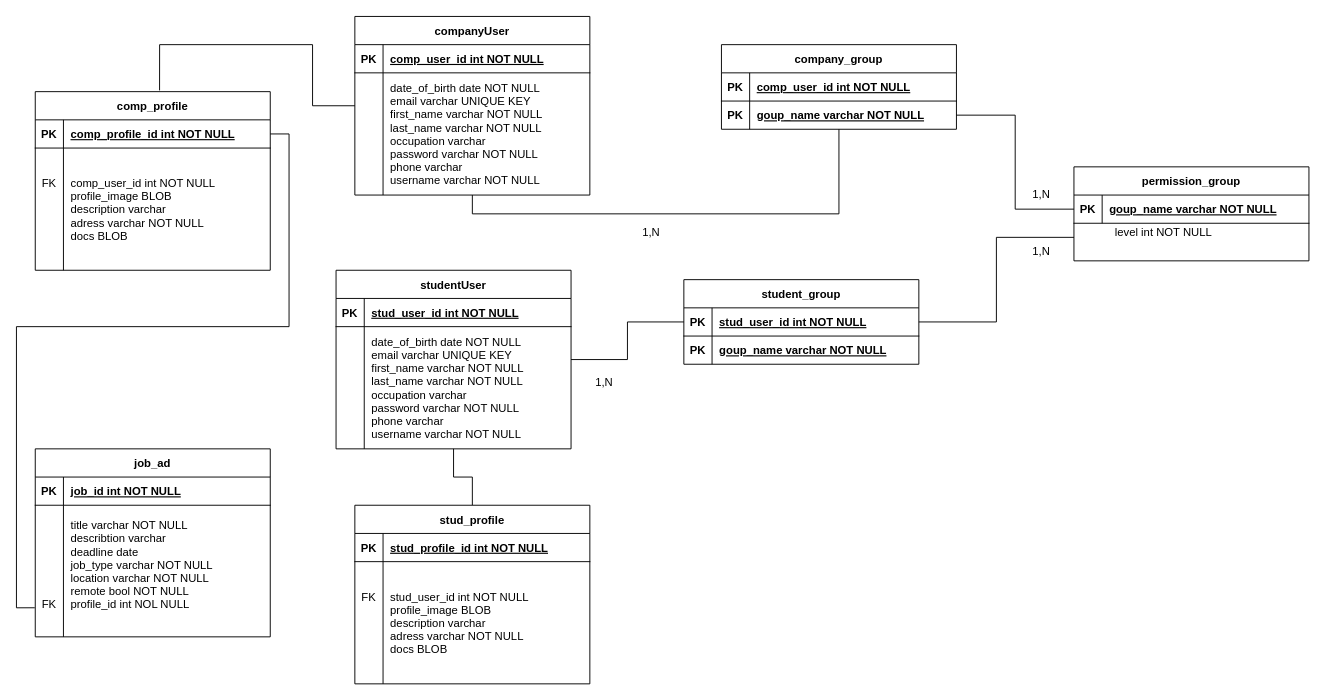
This is page "Logisch" (1 of 2) of doc/diagram/ERDiagram.drawio from KlaraGolubovic/SE02, a draw.io file, before an edit. Source tidied: cells renumbered, new cells numbered last; positions are measured from the earlier drawing's top-left corner, leaving out a move shared by most shapes. Both pictures are drawn from the tidied source at 94%, with x=0, y=0 at pixel (35, 16).
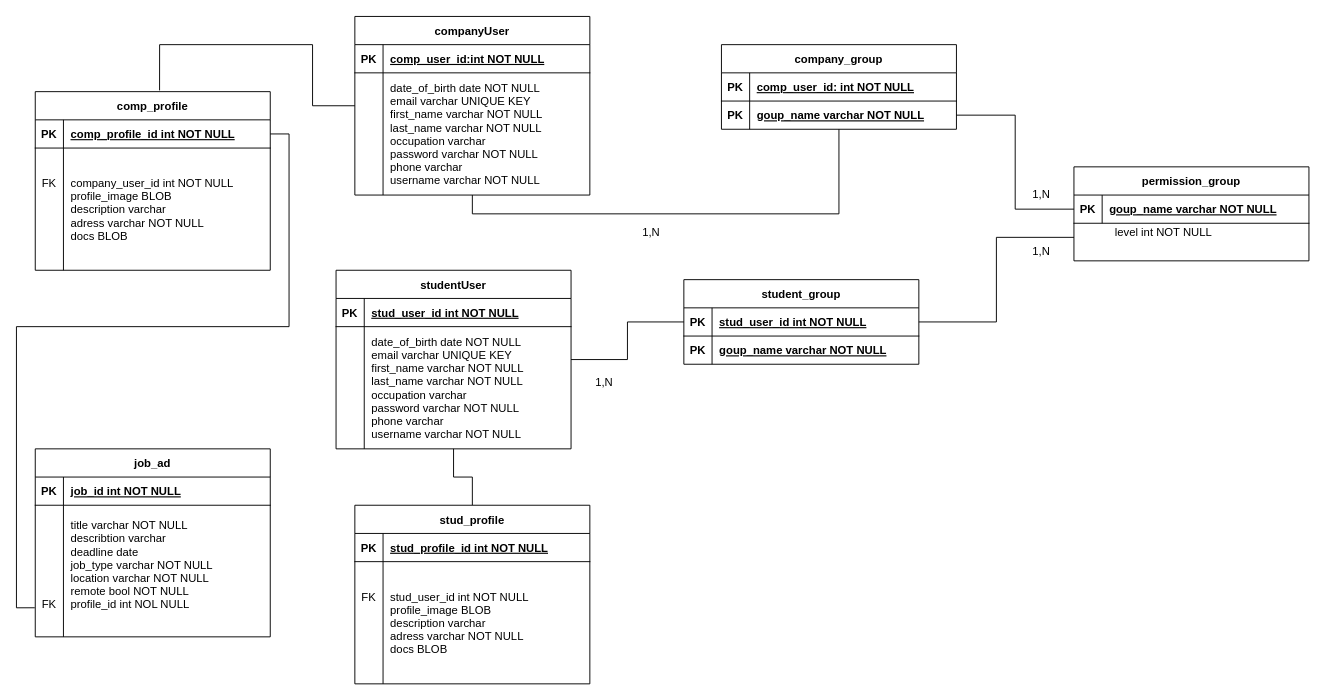
After the change.

Unchanged cells that the change refers to:
```xml
<mxCell id="4" style="shape=partialRectangle;fillColor=none;top=0;left=0;right=0;bottom=1;" parent="3" vertex="1">
  <mxGeometry y="30" width="250" height="30" as="geometry" />
</mxCell>
<mxCell id="25" style="shape=partialRectangle;fillColor=none;top=0;left=0;right=0;bottom=0;" parent="21" vertex="1">
  <mxGeometry y="60" width="250" height="130" as="geometry" />
</mxCell>
<mxCell id="43" style="shape=partialRectangle;fillColor=none;top=0;left=0;right=0;bottom=1;" parent="42" vertex="1">
  <mxGeometry y="30" width="250" height="30" as="geometry" />
</mxCell>
```

Change to the diagram source:
```diff
@@
-    <mxCell id="6" value="comp_user_id int NOT NULL" style="shape=partialRectangle;overflow=hidden;fillColor=none;top=0;left=0;bottom=0;right=0;align=left;spacingLeft=6;fontStyle=5;" parent="4" vertex="1">
+    <mxCell id="6" value="comp_user_id: int NOT NULL" style="shape=partialRectangle;overflow=hidden;fillColor=none;top=0;left=0;bottom=0;right=0;align=left;spacingLeft=6;fontStyle=5;" parent="4" vertex="1">
       <mxGeometry x="30" width="220" height="30" as="geometry" />
     </mxCell>
@@
-    <mxCell id="27" value="comp_user_id int NOT NULL&#10;profile_image BLOB&#10;description varchar &#10;adress varchar NOT NULL&#10;docs BLOB" style="shape=partialRectangle;overflow=hidden;fillColor=none;top=0;left=0;bottom=0;right=0;align=left;spacingLeft=6;" parent="25" vertex="1">
+    <mxCell id="27" value="company_user_id int NOT NULL&#10;profile_image BLOB&#10;description varchar &#10;adress varchar NOT NULL&#10;docs BLOB" style="shape=partialRectangle;overflow=hidden;fillColor=none;top=0;left=0;bottom=0;right=0;align=left;spacingLeft=6;fontStyle=0;" parent="25" vertex="1">
       <mxGeometry x="30" width="220" height="130" as="geometry" />
     </mxCell>
@@
-    <mxCell id="45" value="comp_user_id int NOT NULL" style="shape=partialRectangle;overflow=hidden;fillColor=none;top=0;left=0;bottom=0;right=0;align=left;spacingLeft=6;fontStyle=5;" parent="43" vertex="1">
+    <mxCell id="45" value="comp_user_id:int NOT NULL" style="shape=partialRectangle;overflow=hidden;fillColor=none;top=0;left=0;bottom=0;right=0;align=left;spacingLeft=6;fontStyle=5;" parent="43" vertex="1">
       <mxGeometry x="30" width="220" height="30" as="geometry" />
     </mxCell>
```
